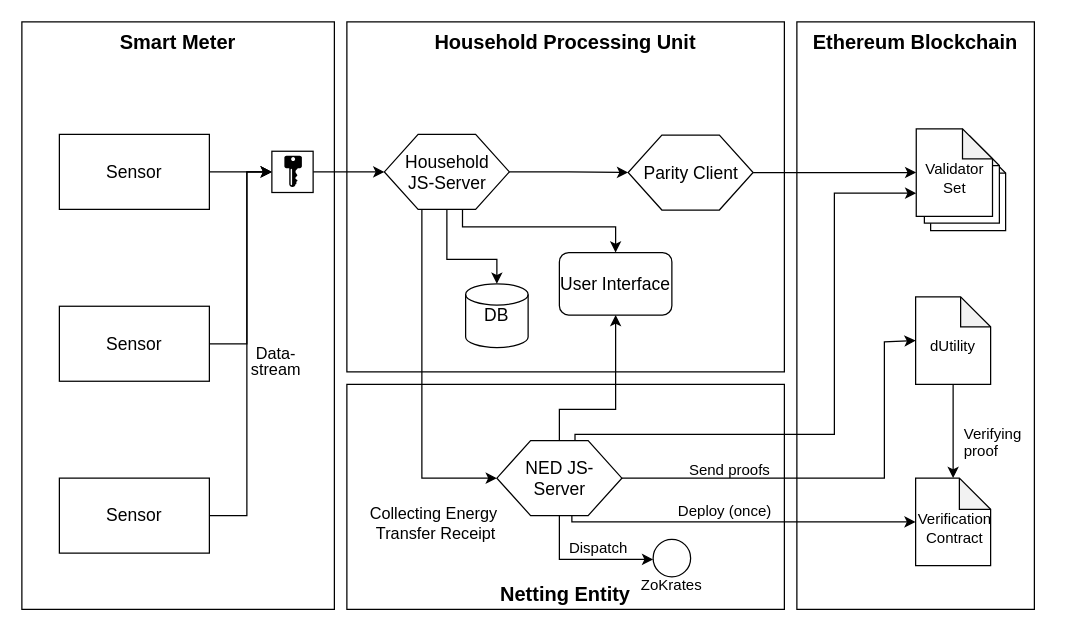
The draw.io diagram documentation/architecture.drawio in JacobEberhardt/decentralized-energy-trading, before the edit. Source tidied: cells renumbered, new cells numbered last; positions are measured from the earlier drawing's top-left corner, leaving out a move shared by most shapes. Both pictures are drawn from the tidied source at 125%, with x=0, y=0 at pixel (21, 21).
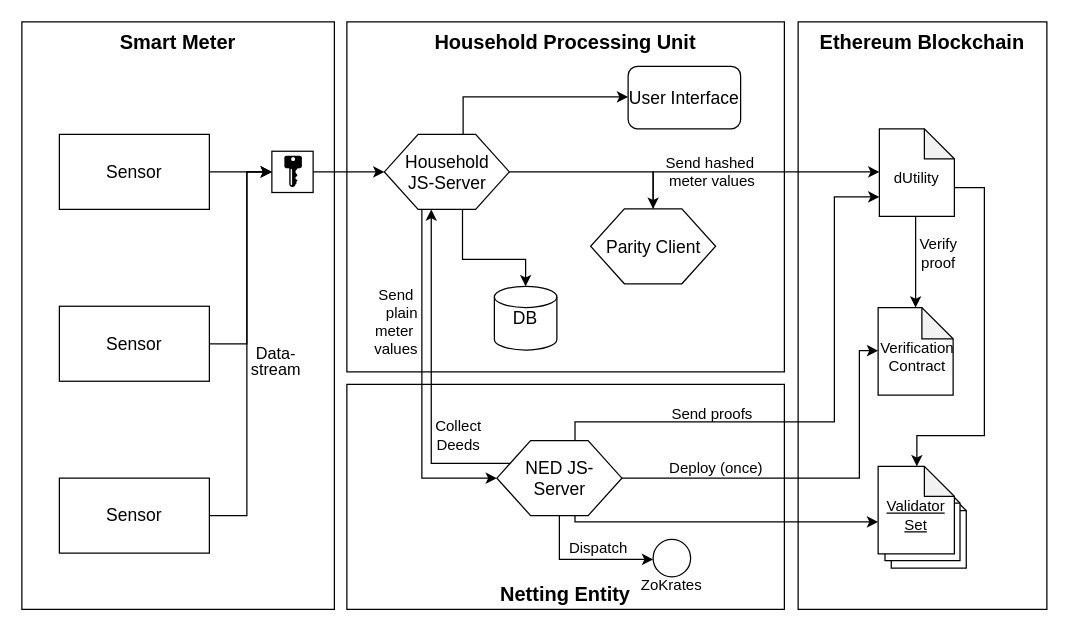
The same diagram, later.

The change refers to these unchanged cells:
```xml
<mxCell id="15" value="Household&lt;br style=&quot;font-size: 14px;&quot;&gt;JS-Server" style="verticalLabelPosition=middle;verticalAlign=middle;strokeWidth=1;shape=hexagon;perimeter=hexagonPerimeter2;arcSize=6;size=0.27;labelPosition=center;align=center;html=1;fontSize=14;" parent="1" vertex="1">
  <mxGeometry x="290" y="90" width="100" height="60" as="geometry" />
</mxCell>
<mxCell id="36" value="NED JS-&lt;br&gt;Server" style="verticalLabelPosition=middle;verticalAlign=middle;strokeWidth=1;shape=hexagon;perimeter=hexagonPerimeter2;arcSize=6;size=0.27;labelPosition=center;align=center;html=1;fontSize=14;" parent="1" vertex="1">
  <mxGeometry x="380" y="335" width="100" height="60" as="geometry" />
</mxCell>
<mxCell id="38" style="edgeStyle=orthogonalEdgeStyle;rounded=0;jettySize=auto;html=1;strokeColor=#000000;startArrow=none;startFill=0;fontSize=12;entryX=0;entryY=0.5;entryDx=0;entryDy=0;" parent="1" edge="1" source="15" target="36">
  <mxGeometry relative="1" as="geometry">
    <Array as="points">
      <mxPoint x="320" y="365" />
    </Array>
  </mxGeometry>
</mxCell>
```

Diff of the diagram source:
```diff
@@
-    <mxCell id="2" value="&lt;font style=&quot;font-size: 16px&quot;&gt;&lt;b&gt;Netting Entity&lt;/b&gt;&lt;/font&gt;" style="rounded=0;whiteSpace=wrap;html=1;fillColor=none;verticalAlign=bottom;" parent="1" vertex="1">
-      <mxGeometry x="260" y="290" width="350" height="180" as="geometry" />
-    </mxCell>
     <mxCell id="3" value="Ethereum Blockchain" style="rounded=0;whiteSpace=wrap;html=1;shadow=0;glass=0;comic=0;labelBackgroundColor=none;strokeColor=#000000;strokeWidth=1;fillColor=none;fontSize=16;verticalAlign=top;fontStyle=1;" parent="1" vertex="1">
-      <mxGeometry x="620" width="190" height="470" as="geometry" />
+      <mxGeometry x="621" width="199" height="470" as="geometry" />
     </mxCell>
     <mxCell id="4" style="shape=note;html=1;backgroundOutline=1;darkOpacity=0.05;whiteSpace=wrap;rotation=0;labelPosition=center;verticalLabelPosition=middle;align=center;verticalAlign=middle;spacingTop=9;size=24;" parent="1" vertex="1">
-      <mxGeometry x="727" y="97" width="60" height="70" as="geometry" />
+      <mxGeometry x="695.5" y="367" width="60" height="70" as="geometry" />
     </mxCell>
     <mxCell id="5" style="shape=note;html=1;backgroundOutline=1;darkOpacity=0.05;whiteSpace=wrap;rotation=0;labelPosition=center;verticalLabelPosition=middle;align=center;verticalAlign=middle;spacingTop=9;size=24;" parent="1" vertex="1">
-      <mxGeometry x="722" y="91" width="60" height="70" as="geometry" />
+      <mxGeometry x="690.5" y="361" width="60" height="70" as="geometry" />
     </mxCell>
+    <mxCell id="2" value="&lt;font style=&quot;font-size: 16px&quot;&gt;&lt;b&gt;Netting Entity&lt;/b&gt;&lt;/font&gt;" style="rounded=0;whiteSpace=wrap;html=1;fillColor=none;verticalAlign=bottom;" parent="1" vertex="1">
+      <mxGeometry x="260" y="290" width="350" height="180" as="geometry" />
+    </mxCell>
@@
-    <mxCell id="11" style="edgeStyle=orthogonalEdgeStyle;rounded=0;jettySize=auto;html=1;fontSize=12;entryX=0;entryY=0.5;entryDx=0;entryDy=0;entryPerimeter=0;" parent="1" edge="1" source="40" target="41">
+    <mxCell id="11" style="edgeStyle=orthogonalEdgeStyle;rounded=0;jettySize=auto;html=1;fontSize=12;" parent="1" edge="1" source="40" target="24">
       <mxGeometry relative="1" as="geometry">
         <Array as="points">
-          <mxPoint x="630" y="120" />
-          <mxPoint x="630" y="120" />
+          <mxPoint x="505" y="120" />
         </Array>
       </mxGeometry>
     </mxCell>
+    <mxCell id="43" value="Send hashed&amp;nbsp;&lt;br&gt;meter values&lt;br&gt;" style="text;html=1;align=center;verticalAlign=middle;labelBackgroundColor=none;" parent="11" vertex="1">
+      <mxGeometry x="-0.42" y="-1" relative="1" as="geometry">
+        <mxPoint x="14.5" y="-1.5" as="offset" />
+      </mxGeometry>
+    </mxCell>
-    <mxCell id="12" style="edgeStyle=orthogonalEdgeStyle;rounded=0;jettySize=auto;html=1;entryX=0.5;entryY=0;entryDx=0;entryDy=0;entryPerimeter=0;fontSize=12;" parent="1" edge="1" source="15" target="17">
+    <mxCell id="12" style="edgeStyle=orthogonalEdgeStyle;rounded=0;jettySize=auto;html=1;entryX=0.5;entryY=0;entryDx=0;entryDy=0;entryPerimeter=0;fontSize=12;exitX=0.625;exitY=1;exitDx=0;exitDy=0;" parent="1" edge="1" source="15" target="17">
       <mxGeometry relative="1" as="geometry">
         <Array as="points">
-          <mxPoint x="340" y="190" />
-          <mxPoint x="380" y="190" />
+          <mxPoint x="353" y="190" />
+          <mxPoint x="403" y="190" />
         </Array>
       </mxGeometry>
     </mxCell>
-    <mxCell id="13" style="edgeStyle=orthogonalEdgeStyle;rounded=0;jettySize=auto;html=1;exitX=0.625;exitY=1;exitDx=0;exitDy=0;entryX=0.5;entryY=0;entryDx=0;entryDy=0;labelBackgroundColor=none;" parent="1" edge="1" source="15" target="18">
+    <mxCell id="13" style="edgeStyle=orthogonalEdgeStyle;rounded=0;jettySize=auto;html=1;labelBackgroundColor=none;" parent="1" edge="1" source="15" target="18">
       <mxGeometry relative="1" as="geometry">
         <Array as="points">
-          <mxPoint x="353" y="164" />
-          <mxPoint x="475" y="164" />
+          <mxPoint x="353" y="60" />
         </Array>
       </mxGeometry>
     </mxCell>
     <mxCell id="14" style="edgeStyle=orthogonalEdgeStyle;rounded=0;jettySize=auto;html=1;exitX=1;exitY=0.5;exitDx=0;exitDy=0;labelBackgroundColor=none;" parent="1" edge="1" source="15" target="40">
-      <mxGeometry relative="1" as="geometry" />
+      <mxGeometry relative="1" as="geometry">
+        <Array as="points">
+          <mxPoint x="505" y="120" />
+        </Array>
+      </mxGeometry>
     </mxCell>
@@
-    <mxCell id="16" style="edgeStyle=orthogonalEdgeStyle;rounded=0;jettySize=auto;html=1;fontSize=12;entryX=0.5;entryY=1;entryDx=0;entryDy=0;exitX=0.5;exitY=0;exitDx=0;exitDy=0;" parent="1" edge="1" source="36" target="18">
-      <mxGeometry relative="1" as="geometry">
-        <Array as="points">
-          <mxPoint x="430" y="310" />
-          <mxPoint x="475" y="310" />
-        </Array>
-      </mxGeometry>
-    </mxCell>
     <mxCell id="17" value="DB" style="strokeWidth=1;html=1;shape=mxgraph.flowchart.database;whiteSpace=wrap;fillColor=#FFFFFF;fontSize=14;" parent="1" vertex="1">
-      <mxGeometry x="355" y="209.5" width="50" height="51" as="geometry" />
+      <mxGeometry x="378" y="211.5" width="50" height="51" as="geometry" />
     </mxCell>
     <mxCell id="18" value="User Interface" style="rounded=1;whiteSpace=wrap;html=1;strokeWidth=1;fillColor=#FFFFFF;fontSize=14;" parent="1" vertex="1">
-      <mxGeometry x="430" y="184.5" width="90" height="50" as="geometry" />
+      <mxGeometry x="485" y="35.5" width="90" height="50" as="geometry" />
     </mxCell>
@@
-    <mxCell id="23" style="edgeStyle=orthogonalEdgeStyle;rounded=0;jettySize=auto;html=1;exitX=0.5;exitY=1;exitDx=0;exitDy=0;exitPerimeter=0;entryX=0.5;entryY=0;entryDx=0;entryDy=0;entryPerimeter=0;labelBackgroundColor=none;" parent="1" edge="1" source="24" target="37">
-      <mxGeometry relative="1" as="geometry" />
+    <mxCell id="23" style="edgeStyle=orthogonalEdgeStyle;rounded=0;jettySize=auto;html=1;entryX=0.5;entryY=0;entryDx=0;entryDy=0;entryPerimeter=0;labelBackgroundColor=none;" parent="1" edge="1" source="24" target="37">
+      <mxGeometry relative="1" as="geometry">
+        <Array as="points">
+          <mxPoint x="715" y="161" />
+          <mxPoint x="715" y="161" />
+        </Array>
+      </mxGeometry>
     </mxCell>
+    <mxCell id="44" style="edgeStyle=orthogonalEdgeStyle;rounded=0;jettySize=auto;html=1;exitX=0;exitY=0;exitDx=60;exitDy=47;exitPerimeter=0;" parent="1" edge="1" source="24" target="41">
+      <mxGeometry relative="1" as="geometry">
+        <Array as="points">
+          <mxPoint x="746" y="133" />
+          <mxPoint x="770" y="133" />
+          <mxPoint x="770" y="331" />
+          <mxPoint x="716" y="331" />
+        </Array>
+      </mxGeometry>
+    </mxCell>
     <mxCell id="24" value="dUtility" style="shape=note;html=1;backgroundOutline=1;darkOpacity=0.05;whiteSpace=wrap;rotation=0;labelPosition=center;verticalLabelPosition=middle;align=center;verticalAlign=middle;spacingTop=9;size=24;" parent="1" vertex="1">
-      <mxGeometry x="715" y="220" width="60" height="70" as="geometry" />
+      <mxGeometry x="686" y="85.5" width="60" height="70" as="geometry" />
     </mxCell>
@@
-    <mxCell id="29" style="edgeStyle=orthogonalEdgeStyle;rounded=0;jettySize=auto;html=1;exitX=1;exitY=0.5;exitDx=0;exitDy=0;entryX=0;entryY=0.5;entryDx=0;entryDy=0;entryPerimeter=0;labelBackgroundColor=none;labelPosition=center;verticalLabelPosition=top;align=center;verticalAlign=bottom;" parent="1" edge="1" source="36" target="24">
+    <mxCell id="29" style="edgeStyle=orthogonalEdgeStyle;rounded=0;jettySize=auto;html=1;exitX=0.625;exitY=0;exitDx=0;exitDy=0;labelBackgroundColor=none;labelPosition=center;verticalLabelPosition=top;align=center;verticalAlign=bottom;" parent="1" edge="1" source="36" target="24">
       <mxGeometry relative="1" as="geometry">
         <Array as="points">
-          <mxPoint x="690" y="365" />
-          <mxPoint x="690" y="256" />
+          <mxPoint x="443" y="320" />
+          <mxPoint x="650" y="320" />
+          <mxPoint x="650" y="140" />
         </Array>
       </mxGeometry>
     </mxCell>
@@
     <mxCell id="33" style="edgeStyle=orthogonalEdgeStyle;rounded=0;jettySize=auto;html=1;labelBackgroundColor=none;" parent="1" edge="1" source="36" target="37">
       <mxGeometry relative="1" as="geometry">
         <Array as="points">
-          <mxPoint x="440" y="400" />
+          <mxPoint x="670" y="365" />
+          <mxPoint x="670" y="263" />
         </Array>
       </mxGeometry>
     </mxCell>
     <mxCell id="34" value="Deploy (once)&lt;br&gt;" style="text;html=1;align=right;verticalAlign=bottom;labelBackgroundColor=none;labelPosition=left;verticalLabelPosition=top;" parent="33" vertex="1">
       <mxGeometry x="0.31" y="2" relative="1" as="geometry">
-        <mxPoint x="-18.5" y="2" as="offset" />
+        <mxPoint x="-75" y="11" as="offset" />
       </mxGeometry>
     </mxCell>
-    <mxCell id="35" style="edgeStyle=orthogonalEdgeStyle;rounded=0;jettySize=auto;html=1;exitX=0.625;exitY=0;exitDx=0;exitDy=0;labelBackgroundColor=none;" parent="1" edge="1" source="36" target="41">
+    <mxCell id="35" style="edgeStyle=orthogonalEdgeStyle;rounded=0;jettySize=auto;html=1;exitX=0.625;exitY=1;exitDx=0;exitDy=0;" parent="1" edge="1" source="36" target="41">
       <mxGeometry relative="1" as="geometry">
         <Array as="points">
-          <mxPoint x="442" y="330" />
-          <mxPoint x="650" y="330" />
-          <mxPoint x="650" y="137" />
+          <mxPoint x="443" y="400" />
         </Array>
       </mxGeometry>
     </mxCell>
+    <mxCell id="45" style="edgeStyle=orthogonalEdgeStyle;rounded=0;jettySize=auto;html=1;exitX=0;exitY=0.25;exitDx=0;exitDy=0;entryX=0.375;entryY=1;entryDx=0;entryDy=0;" parent="1" edge="1" source="36" target="15">
+      <mxGeometry relative="1" as="geometry">
+        <Array as="points">
+          <mxPoint x="328" y="353" />
+        </Array>
+      </mxGeometry>
+    </mxCell>
+    <mxCell id="46" value="Collect&lt;br&gt;Deeds&lt;br&gt;" style="text;html=1;align=center;verticalAlign=middle;labelBackgroundColor=none;" parent="45" vertex="1">
+      <mxGeometry x="-0.62" y="-2" relative="1" as="geometry">
+        <mxPoint x="8.5" y="-20.5" as="offset" />
+      </mxGeometry>
+    </mxCell>
@@
-    <mxCell id="37" value="Verification Contract&lt;br&gt;" style="shape=note;html=1;backgroundOutline=1;darkOpacity=0.05;whiteSpace=wrap;rotation=0;labelPosition=center;verticalLabelPosition=middle;align=center;verticalAlign=middle;spacingTop=9;size=25;spacingLeft=3;" parent="1" vertex="1">
-      <mxGeometry x="715" y="365" width="60" height="70" as="geometry" />
-    </mxCell>
@@
-    <mxCell id="39" value="Collecting Energy&amp;nbsp;&lt;br&gt;Transfer Receipt" style="text;html=1;align=center;verticalAlign=middle;labelBackgroundColor=none;fontSize=13;" parent="38" vertex="1">
-      <mxGeometry x="0.11" y="-1" relative="1" as="geometry">
-        <mxPoint x="11" y="97.5" as="offset" />
-      </mxGeometry>
-    </mxCell>
+    <mxCell id="47" value="Send&amp;nbsp;&lt;br&gt;plain&lt;br&gt;meter&amp;nbsp;&lt;br&gt;values&lt;br&gt;" style="text;html=1;align=right;verticalAlign=middle;labelBackgroundColor=none;labelPosition=left;verticalLabelPosition=middle;" parent="38" vertex="1">
+      <mxGeometry x="-0.35" y="-3" relative="1" as="geometry" />
+    </mxCell>
     <mxCell id="40" value="Parity Client" style="verticalLabelPosition=middle;verticalAlign=middle;html=1;strokeWidth=1;shape=hexagon;perimeter=hexagonPerimeter2;arcSize=6;size=0.27;fontSize=14;labelPosition=center;align=center;" parent="1" vertex="1">
-      <mxGeometry x="485" y="90.5" width="100" height="60" as="geometry" />
+      <mxGeometry x="455" y="149.5" width="100" height="60" as="geometry" />
     </mxCell>
-    <mxCell id="41" value="Validator Set&lt;br&gt;" style="shape=note;html=1;backgroundOutline=1;darkOpacity=0.05;whiteSpace=wrap;rotation=0;labelPosition=center;verticalLabelPosition=middle;align=center;verticalAlign=middle;spacingTop=9;size=24;" parent="1" vertex="1">
-      <mxGeometry x="715.5" y="85.5" width="61" height="70" as="geometry" />
+    <mxCell id="41" value="Validator Set&lt;br&gt;" style="shape=note;html=1;backgroundOutline=1;darkOpacity=0.05;whiteSpace=wrap;rotation=0;labelPosition=center;verticalLabelPosition=middle;align=center;verticalAlign=middle;spacingTop=9;size=24;fontStyle=4;" parent="1" vertex="1">
+      <mxGeometry x="685" y="355.5" width="61" height="70" as="geometry" />
     </mxCell>
-    <mxCell id="42" value="Verifying&amp;nbsp;&lt;br&gt;proof" style="text;html=1;align=left;verticalAlign=top;spacingTop=-4;" parent="1" vertex="1">
-      <mxGeometry x="752" y="320" width="70" height="30" as="geometry" />
+    <mxCell id="42" value="Verify&lt;br&gt;proof" style="text;html=1;align=center;verticalAlign=middle;spacingTop=-4;labelPosition=center;verticalLabelPosition=middle;" parent="1" vertex="1">
+      <mxGeometry x="708" y="172" width="50" height="30" as="geometry" />
     </mxCell>
+    <mxCell id="37" value="Verification Contract&lt;br&gt;" style="shape=note;html=1;backgroundOutline=1;darkOpacity=0.05;whiteSpace=wrap;rotation=0;labelPosition=center;verticalLabelPosition=middle;align=center;verticalAlign=middle;spacingTop=9;size=25;spacingLeft=3;" parent="1" vertex="1">
+      <mxGeometry x="685" y="228.5" width="60" height="70" as="geometry" />
+    </mxCell>
```
